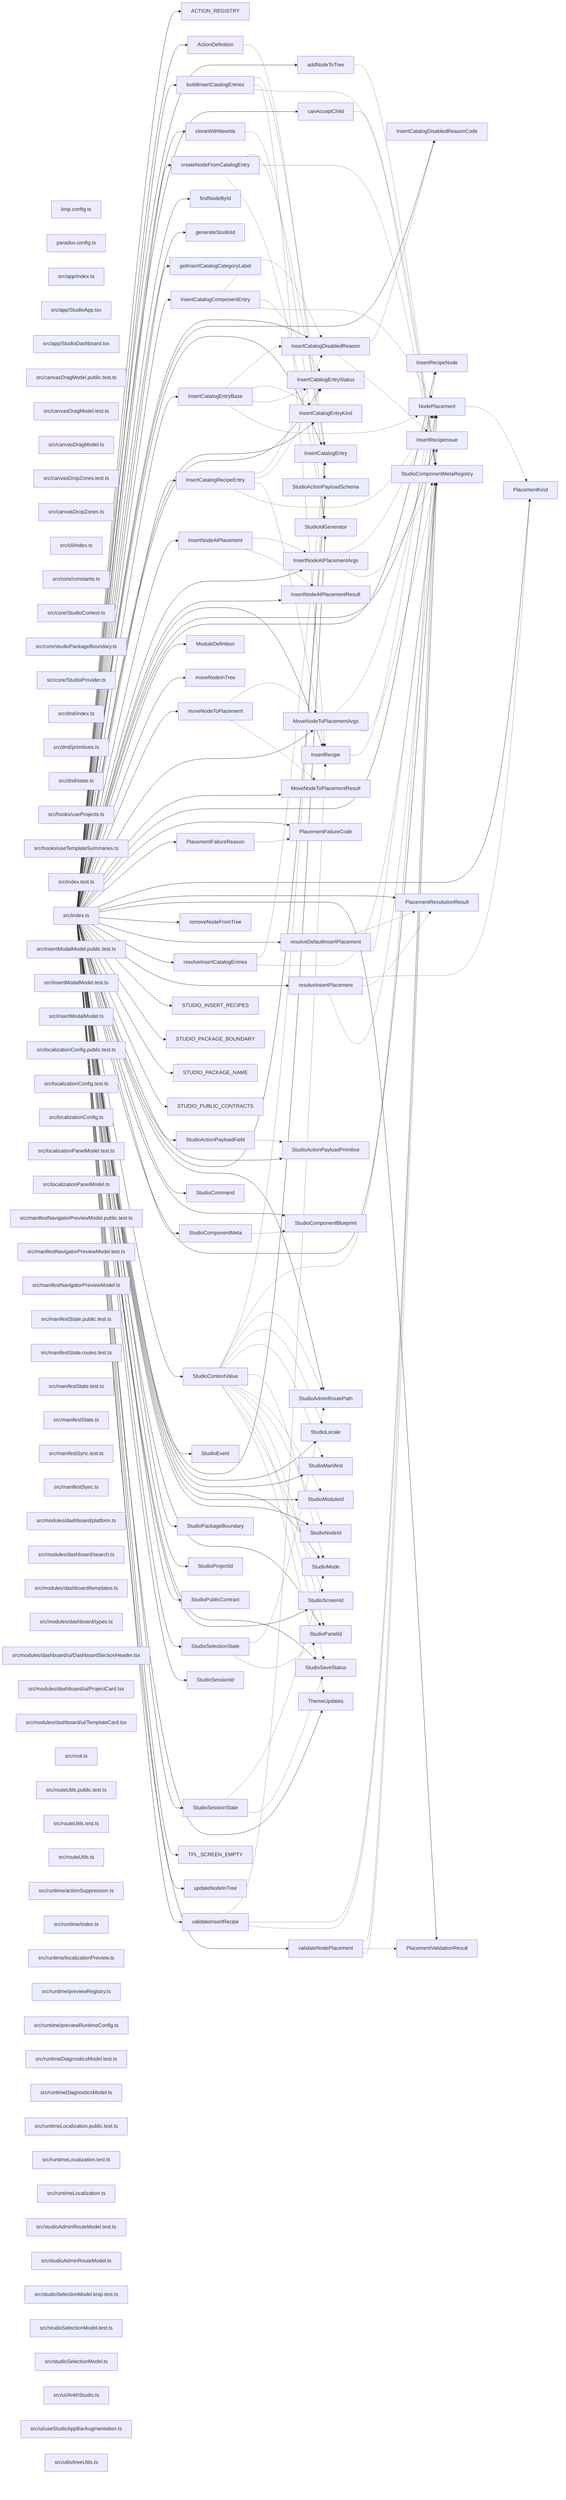
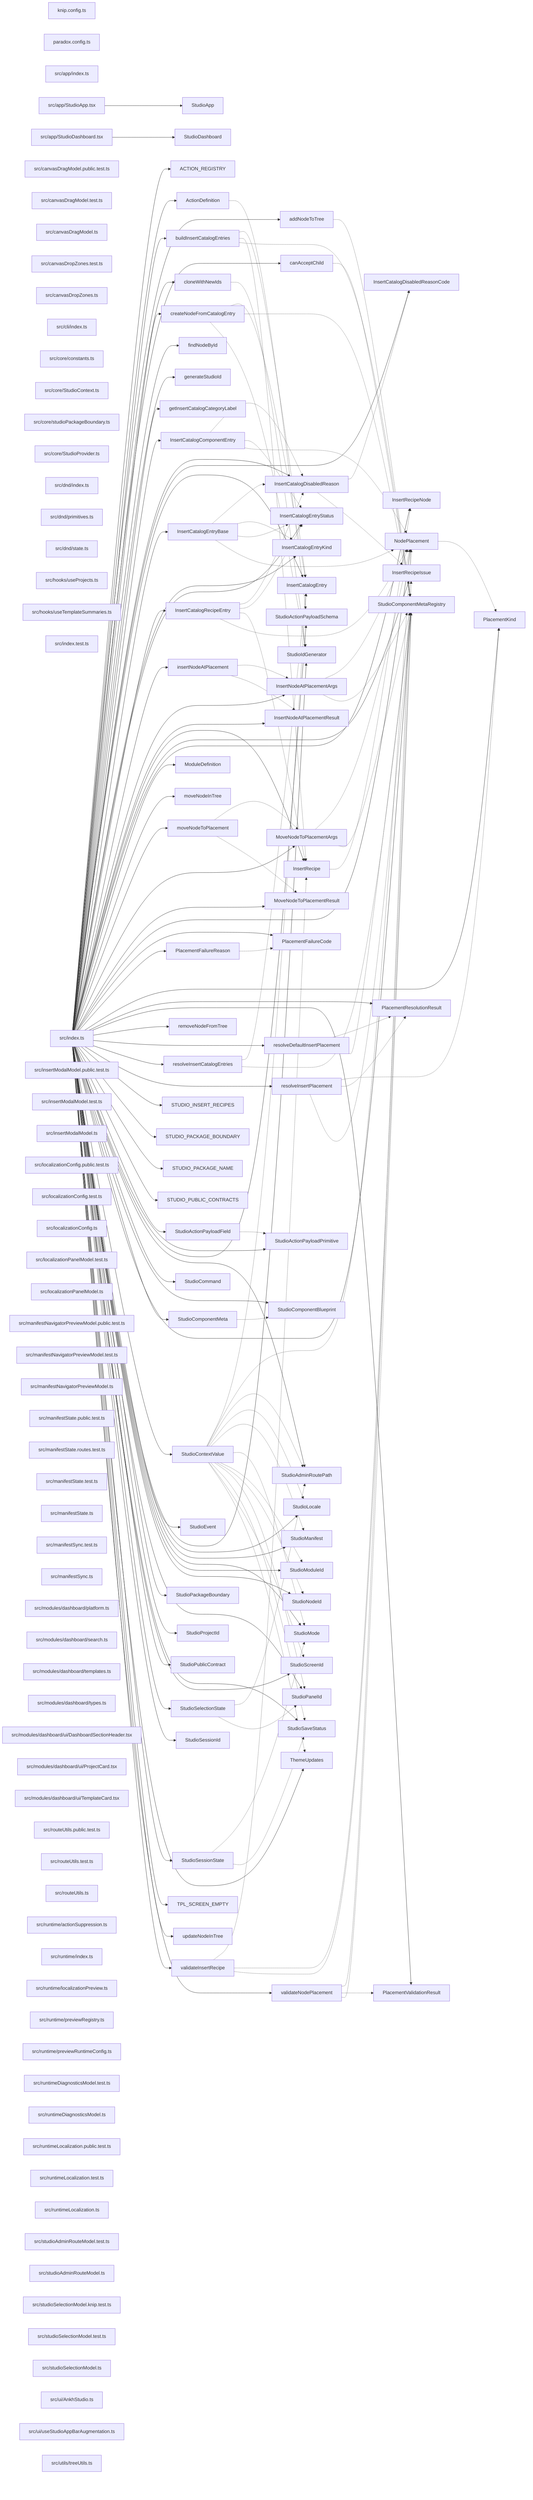
graph LR
  module_knip_config_ts["knip.config.ts"]
  module_paradox_config_ts["paradox.config.ts"]
  module_src_app_index_ts["src/app/index.ts"]
  module_src_app_StudioApp_tsx["src/app/StudioApp.tsx"]
  module_src_app_StudioDashboard_tsx["src/app/StudioDashboard.tsx"]
  module_src_canvasDragModel_public_test_ts["src/canvasDragModel.public.test.ts"]
  module_src_canvasDragModel_test_ts["src/canvasDragModel.test.ts"]
  module_src_canvasDragModel_ts["src/canvasDragModel.ts"]
  module_src_canvasDropZones_test_ts["src/canvasDropZones.test.ts"]
  module_src_canvasDropZones_ts["src/canvasDropZones.ts"]
  module_src_cli_index_ts["src/cli/index.ts"]
  module_src_core_constants_ts["src/core/constants.ts"]
  module_src_core_StudioContext_ts["src/core/StudioContext.ts"]
  module_src_core_studioPackageBoundary_ts["src/core/studioPackageBoundary.ts"]
  module_src_core_StudioProvider_ts["src/core/StudioProvider.ts"]
  module_src_dnd_index_ts["src/dnd/index.ts"]
  module_src_dnd_primitives_ts["src/dnd/primitives.ts"]
  module_src_dnd_state_ts["src/dnd/state.ts"]
  module_src_hooks_useProjects_ts["src/hooks/useProjects.ts"]
  module_src_hooks_useTemplateSummaries_ts["src/hooks/useTemplateSummaries.ts"]
  module_src_index_test_ts["src/index.test.ts"]
  module_src_index_ts["src/index.ts"]
  module_src_insertModalModel_public_test_ts["src/insertModalModel.public.test.ts"]
  module_src_insertModalModel_test_ts["src/insertModalModel.test.ts"]
  module_src_insertModalModel_ts["src/insertModalModel.ts"]
  module_src_localizationConfig_public_test_ts["src/localizationConfig.public.test.ts"]
  module_src_localizationConfig_test_ts["src/localizationConfig.test.ts"]
  module_src_localizationConfig_ts["src/localizationConfig.ts"]
  module_src_localizationPanelModel_test_ts["src/localizationPanelModel.test.ts"]
  module_src_localizationPanelModel_ts["src/localizationPanelModel.ts"]
  module_src_manifestNavigatorPreviewModel_public_test_ts["src/manifestNavigatorPreviewModel.public.test.ts"]
  module_src_manifestNavigatorPreviewModel_test_ts["src/manifestNavigatorPreviewModel.test.ts"]
  module_src_manifestNavigatorPreviewModel_ts["src/manifestNavigatorPreviewModel.ts"]
  module_src_manifestState_public_test_ts["src/manifestState.public.test.ts"]
  module_src_manifestState_routes_test_ts["src/manifestState.routes.test.ts"]
  module_src_manifestState_test_ts["src/manifestState.test.ts"]
  module_src_manifestState_ts["src/manifestState.ts"]
  module_src_manifestSync_test_ts["src/manifestSync.test.ts"]
  module_src_manifestSync_ts["src/manifestSync.ts"]
  module_src_modules_dashboard_platform_ts["src/modules/dashboard/platform.ts"]
  module_src_modules_dashboard_search_ts["src/modules/dashboard/search.ts"]
  module_src_modules_dashboard_templates_ts["src/modules/dashboard/templates.ts"]
  module_src_modules_dashboard_types_ts["src/modules/dashboard/types.ts"]
  module_src_modules_dashboard_ui_DashboardSectionHeader_tsx["src/modules/dashboard/ui/DashboardSectionHeader.tsx"]
  module_src_modules_dashboard_ui_ProjectCard_tsx["src/modules/dashboard/ui/ProjectCard.tsx"]
  module_src_modules_dashboard_ui_TemplateCard_tsx["src/modules/dashboard/ui/TemplateCard.tsx"]
-   module_src_root_ts["src/root.ts"]
  module_src_routeUtils_public_test_ts["src/routeUtils.public.test.ts"]
  module_src_routeUtils_test_ts["src/routeUtils.test.ts"]
  module_src_routeUtils_ts["src/routeUtils.ts"]
  module_src_runtime_actionSuppression_ts["src/runtime/actionSuppression.ts"]
  module_src_runtime_index_ts["src/runtime/index.ts"]
  module_src_runtime_localizationPreview_ts["src/runtime/localizationPreview.ts"]
  module_src_runtime_previewRegistry_ts["src/runtime/previewRegistry.ts"]
  module_src_runtime_previewRuntimeConfig_ts["src/runtime/previewRuntimeConfig.ts"]
  module_src_runtimeDiagnosticsModel_test_ts["src/runtimeDiagnosticsModel.test.ts"]
  module_src_runtimeDiagnosticsModel_ts["src/runtimeDiagnosticsModel.ts"]
  module_src_runtimeLocalization_public_test_ts["src/runtimeLocalization.public.test.ts"]
  module_src_runtimeLocalization_test_ts["src/runtimeLocalization.test.ts"]
  module_src_runtimeLocalization_ts["src/runtimeLocalization.ts"]
  module_src_studioAdminRouteModel_test_ts["src/studioAdminRouteModel.test.ts"]
  module_src_studioAdminRouteModel_ts["src/studioAdminRouteModel.ts"]
  module_src_studioSelectionModel_knip_test_ts["src/studioSelectionModel.knip.test.ts"]
  module_src_studioSelectionModel_test_ts["src/studioSelectionModel.test.ts"]
  module_src_studioSelectionModel_ts["src/studioSelectionModel.ts"]
  module_src_ui_AnkhStudio_ts["src/ui/AnkhStudio.ts"]
  module_src_ui_useStudioAppBarAugmentation_ts["src/ui/useStudioAppBarAugmentation.ts"]
  module_src_utils_treeUtils_ts["src/utils/treeUtils.ts"]
  export_ACTION_REGISTRY["ACTION_REGISTRY"]
  module_src_index_ts --> export_ACTION_REGISTRY
  export_ActionDefinition["ActionDefinition"]
  module_src_index_ts --> export_ActionDefinition
  export_ActionDefinition -.-> export_StudioActionPayloadSchema
  export_addNodeToTree["addNodeToTree"]
  module_src_index_ts --> export_addNodeToTree
  export_addNodeToTree -.-> export_StudioComponentMetaRegistry
  export_buildInsertCatalogEntries["buildInsertCatalogEntries"]
  module_src_index_ts --> export_buildInsertCatalogEntries
  export_buildInsertCatalogEntries -.-> export_InsertCatalogEntry
  export_buildInsertCatalogEntries -.-> export_InsertRecipe
  export_buildInsertCatalogEntries -.-> export_StudioComponentMetaRegistry
  export_canAcceptChild["canAcceptChild"]
  module_src_index_ts --> export_canAcceptChild
  export_canAcceptChild -.-> export_StudioComponentMetaRegistry
  export_cloneWithNewIds["cloneWithNewIds"]
  module_src_index_ts --> export_cloneWithNewIds
  export_cloneWithNewIds -.-> export_StudioIdGenerator
  export_createNodeFromCatalogEntry["createNodeFromCatalogEntry"]
  module_src_index_ts --> export_createNodeFromCatalogEntry
  export_createNodeFromCatalogEntry -.-> export_InsertCatalogEntry
  export_createNodeFromCatalogEntry -.-> export_StudioComponentMetaRegistry
  export_createNodeFromCatalogEntry -.-> export_StudioIdGenerator
  export_findNodeById["findNodeById"]
  module_src_index_ts --> export_findNodeById
  export_generateStudioId["generateStudioId"]
  module_src_index_ts --> export_generateStudioId
  export_getInsertCatalogCategoryLabel["getInsertCatalogCategoryLabel"]
  module_src_index_ts --> export_getInsertCatalogCategoryLabel
  export_InsertCatalogComponentEntry["InsertCatalogComponentEntry"]
  module_src_index_ts --> export_InsertCatalogComponentEntry
  export_InsertCatalogComponentEntry -.-> export_InsertCatalogDisabledReason
  export_InsertCatalogComponentEntry -.-> export_InsertCatalogEntryStatus
  export_InsertCatalogComponentEntry -.-> export_NodePlacement
  export_InsertCatalogDisabledReason["InsertCatalogDisabledReason"]
  module_src_index_ts --> export_InsertCatalogDisabledReason
  export_InsertCatalogDisabledReason -.-> export_InsertCatalogDisabledReasonCode
  export_InsertCatalogDisabledReason -.-> export_InsertRecipeIssue
  export_InsertCatalogDisabledReasonCode["InsertCatalogDisabledReasonCode"]
  module_src_index_ts --> export_InsertCatalogDisabledReasonCode
  export_InsertCatalogEntry["InsertCatalogEntry"]
  module_src_index_ts --> export_InsertCatalogEntry
  export_InsertCatalogEntryBase["InsertCatalogEntryBase"]
  module_src_index_ts --> export_InsertCatalogEntryBase
  export_InsertCatalogEntryBase -.-> export_InsertCatalogDisabledReason
  export_InsertCatalogEntryBase -.-> export_InsertCatalogEntryKind
  export_InsertCatalogEntryBase -.-> export_InsertCatalogEntryStatus
  export_InsertCatalogEntryBase -.-> export_NodePlacement
  export_InsertCatalogEntryKind["InsertCatalogEntryKind"]
  module_src_index_ts --> export_InsertCatalogEntryKind
  export_InsertCatalogEntryStatus["InsertCatalogEntryStatus"]
  module_src_index_ts --> export_InsertCatalogEntryStatus
  export_InsertCatalogRecipeEntry["InsertCatalogRecipeEntry"]
  module_src_index_ts --> export_InsertCatalogRecipeEntry
  export_InsertCatalogRecipeEntry -.-> export_InsertCatalogDisabledReason
  export_InsertCatalogRecipeEntry -.-> export_InsertCatalogEntryStatus
  export_InsertCatalogRecipeEntry -.-> export_InsertRecipe
  export_InsertCatalogRecipeEntry -.-> export_NodePlacement
  export_insertNodeAtPlacement["insertNodeAtPlacement"]
  module_src_index_ts --> export_insertNodeAtPlacement
  export_insertNodeAtPlacement -.-> export_InsertNodeAtPlacementArgs
  export_insertNodeAtPlacement -.-> export_InsertNodeAtPlacementResult
  export_InsertNodeAtPlacementArgs["InsertNodeAtPlacementArgs"]
  module_src_index_ts --> export_InsertNodeAtPlacementArgs
  export_InsertNodeAtPlacementArgs -.-> export_NodePlacement
  export_InsertNodeAtPlacementArgs -.-> export_StudioComponentMetaRegistry
  export_InsertNodeAtPlacementResult["InsertNodeAtPlacementResult"]
  module_src_index_ts --> export_InsertNodeAtPlacementResult
  export_InsertRecipe["InsertRecipe"]
  module_src_index_ts --> export_InsertRecipe
  export_InsertRecipe -.-> export_InsertRecipeNode
  export_InsertRecipeIssue["InsertRecipeIssue"]
  module_src_index_ts --> export_InsertRecipeIssue
  export_InsertRecipeNode["InsertRecipeNode"]
  module_src_index_ts --> export_InsertRecipeNode
  export_ModuleDefinition["ModuleDefinition"]
  module_src_index_ts --> export_ModuleDefinition
  export_moveNodeInTree["moveNodeInTree"]
  module_src_index_ts --> export_moveNodeInTree
  export_moveNodeToPlacement["moveNodeToPlacement"]
  module_src_index_ts --> export_moveNodeToPlacement
  export_moveNodeToPlacement -.-> export_MoveNodeToPlacementArgs
  export_moveNodeToPlacement -.-> export_MoveNodeToPlacementResult
  export_MoveNodeToPlacementArgs["MoveNodeToPlacementArgs"]
  module_src_index_ts --> export_MoveNodeToPlacementArgs
  export_MoveNodeToPlacementArgs -.-> export_NodePlacement
  export_MoveNodeToPlacementArgs -.-> export_StudioComponentMetaRegistry
  export_MoveNodeToPlacementResult["MoveNodeToPlacementResult"]
  module_src_index_ts --> export_MoveNodeToPlacementResult
  export_NodePlacement["NodePlacement"]
  module_src_index_ts --> export_NodePlacement
  export_NodePlacement -.-> export_PlacementKind
  export_PlacementFailureCode["PlacementFailureCode"]
  module_src_index_ts --> export_PlacementFailureCode
  export_PlacementFailureReason["PlacementFailureReason"]
  module_src_index_ts --> export_PlacementFailureReason
  export_PlacementFailureReason -.-> export_PlacementFailureCode
  export_PlacementKind["PlacementKind"]
  module_src_index_ts --> export_PlacementKind
  export_PlacementResolutionResult["PlacementResolutionResult"]
  module_src_index_ts --> export_PlacementResolutionResult
  export_PlacementValidationResult["PlacementValidationResult"]
  module_src_index_ts --> export_PlacementValidationResult
  export_removeNodeFromTree["removeNodeFromTree"]
  module_src_index_ts --> export_removeNodeFromTree
  export_resolveDefaultInsertPlacement["resolveDefaultInsertPlacement"]
  module_src_index_ts --> export_resolveDefaultInsertPlacement
  export_resolveDefaultInsertPlacement -.-> export_PlacementResolutionResult
  export_resolveDefaultInsertPlacement -.-> export_StudioComponentMetaRegistry
  export_resolveInsertCatalogEntries["resolveInsertCatalogEntries"]
  module_src_index_ts --> export_resolveInsertCatalogEntries
  export_resolveInsertCatalogEntries -.-> export_InsertCatalogEntry
  export_resolveInsertCatalogEntries -.-> export_StudioComponentMetaRegistry
  export_resolveInsertPlacement["resolveInsertPlacement"]
  module_src_index_ts --> export_resolveInsertPlacement
  export_resolveInsertPlacement -.-> export_PlacementKind
  export_resolveInsertPlacement -.-> export_PlacementResolutionResult
  export_resolveInsertPlacement -.-> export_StudioComponentMetaRegistry
  export_STUDIO_INSERT_RECIPES["STUDIO_INSERT_RECIPES"]
  module_src_index_ts --> export_STUDIO_INSERT_RECIPES
  export_STUDIO_PACKAGE_BOUNDARY["STUDIO_PACKAGE_BOUNDARY"]
  module_src_index_ts --> export_STUDIO_PACKAGE_BOUNDARY
  export_STUDIO_PACKAGE_NAME["STUDIO_PACKAGE_NAME"]
  module_src_index_ts --> export_STUDIO_PACKAGE_NAME
  export_STUDIO_PUBLIC_CONTRACTS["STUDIO_PUBLIC_CONTRACTS"]
  module_src_index_ts --> export_STUDIO_PUBLIC_CONTRACTS
  export_StudioActionPayloadField["StudioActionPayloadField"]
  module_src_index_ts --> export_StudioActionPayloadField
  export_StudioActionPayloadField -.-> export_StudioActionPayloadPrimitive
  export_StudioActionPayloadPrimitive["StudioActionPayloadPrimitive"]
  module_src_index_ts --> export_StudioActionPayloadPrimitive
  export_StudioActionPayloadSchema["StudioActionPayloadSchema"]
  module_src_index_ts --> export_StudioActionPayloadSchema
  export_StudioAdminRoutePath["StudioAdminRoutePath"]
  module_src_index_ts --> export_StudioAdminRoutePath
+   export_StudioApp["StudioApp"]
+   module_src_app_StudioApp_tsx --> export_StudioApp
  export_StudioCommand["StudioCommand"]
  module_src_index_ts --> export_StudioCommand
  export_StudioComponentBlueprint["StudioComponentBlueprint"]
  module_src_index_ts --> export_StudioComponentBlueprint
  export_StudioComponentMeta["StudioComponentMeta"]
  module_src_index_ts --> export_StudioComponentMeta
  export_StudioComponentMeta -.-> export_StudioComponentBlueprint
  export_StudioComponentMetaRegistry["StudioComponentMetaRegistry"]
  module_src_index_ts --> export_StudioComponentMetaRegistry
  export_StudioContextValue["StudioContextValue"]
  module_src_index_ts --> export_StudioContextValue
  export_StudioContextValue -.-> export_InsertCatalogEntry
  export_StudioContextValue -.-> export_NodePlacement
  export_StudioContextValue -.-> export_StudioAdminRoutePath
  export_StudioContextValue -.-> export_StudioLocale
  export_StudioContextValue -.-> export_StudioManifest
  export_StudioContextValue -.-> export_StudioMode
  export_StudioContextValue -.-> export_StudioModuleId
  export_StudioContextValue -.-> export_StudioNodeId
  export_StudioContextValue -.-> export_StudioPanelId
  export_StudioContextValue -.-> export_StudioSaveStatus
  export_StudioContextValue -.-> export_StudioScreenId
  export_StudioContextValue -.-> export_ThemeUpdates
+   export_StudioDashboard["StudioDashboard"]
+   module_src_app_StudioDashboard_tsx --> export_StudioDashboard
  export_StudioEvent["StudioEvent"]
  module_src_index_ts --> export_StudioEvent
  export_StudioIdGenerator["StudioIdGenerator"]
  module_src_index_ts --> export_StudioIdGenerator
  export_StudioLocale["StudioLocale"]
  module_src_index_ts --> export_StudioLocale
  export_StudioManifest["StudioManifest"]
  module_src_index_ts --> export_StudioManifest
  export_StudioMode["StudioMode"]
  module_src_index_ts --> export_StudioMode
  export_StudioModuleId["StudioModuleId"]
  module_src_index_ts --> export_StudioModuleId
  export_StudioNodeId["StudioNodeId"]
  module_src_index_ts --> export_StudioNodeId
  export_StudioPackageBoundary["StudioPackageBoundary"]
  module_src_index_ts --> export_StudioPackageBoundary
  export_StudioPanelId["StudioPanelId"]
  module_src_index_ts --> export_StudioPanelId
  export_StudioProjectId["StudioProjectId"]
  module_src_index_ts --> export_StudioProjectId
  export_StudioPublicContract["StudioPublicContract"]
  module_src_index_ts --> export_StudioPublicContract
  export_StudioSaveStatus["StudioSaveStatus"]
  module_src_index_ts --> export_StudioSaveStatus
  export_StudioScreenId["StudioScreenId"]
  module_src_index_ts --> export_StudioScreenId
  export_StudioSelectionState["StudioSelectionState"]
  module_src_index_ts --> export_StudioSelectionState
  export_StudioSelectionState -.-> export_StudioAdminRoutePath
  export_StudioSelectionState -.-> export_StudioPanelId
  export_StudioSessionId["StudioSessionId"]
  module_src_index_ts --> export_StudioSessionId
  export_StudioSessionState["StudioSessionState"]
  module_src_index_ts --> export_StudioSessionState
  export_StudioSessionState -.-> export_StudioMode
  export_StudioSessionState -.-> export_StudioSaveStatus
  export_ThemeUpdates["ThemeUpdates"]
  module_src_index_ts --> export_ThemeUpdates
  export_TPL_SCREEN_EMPTY["TPL_SCREEN_EMPTY"]
  module_src_index_ts --> export_TPL_SCREEN_EMPTY
  export_updateNodeInTree["updateNodeInTree"]
  module_src_index_ts --> export_updateNodeInTree
  export_validateInsertRecipe["validateInsertRecipe"]
  module_src_index_ts --> export_validateInsertRecipe
  export_validateInsertRecipe -.-> export_InsertRecipe
  export_validateInsertRecipe -.-> export_InsertRecipeIssue
  export_validateInsertRecipe -.-> export_StudioComponentMetaRegistry
  export_validateNodePlacement["validateNodePlacement"]
  module_src_index_ts --> export_validateNodePlacement
  export_validateNodePlacement -.-> export_NodePlacement
  export_validateNodePlacement -.-> export_PlacementValidationResult
  export_validateNodePlacement -.-> export_StudioComponentMetaRegistry
